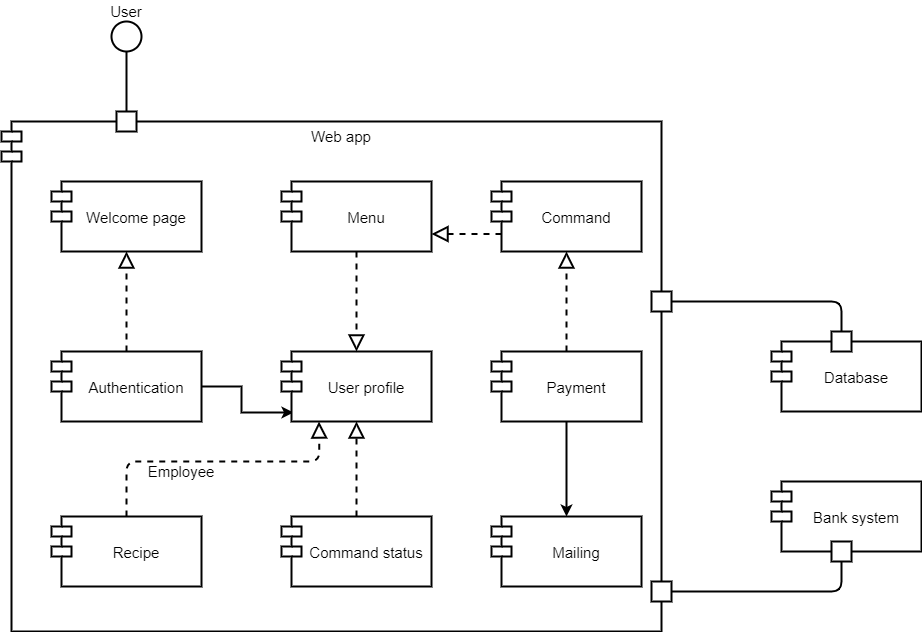
Earlier version of the draw.io export component diagram.png (Tony380/Projet6). Source tidied: cells renumbered, new cells last; positions are measured from the earlier drawing's top-left corner, leaving out a move shared by most shapes.
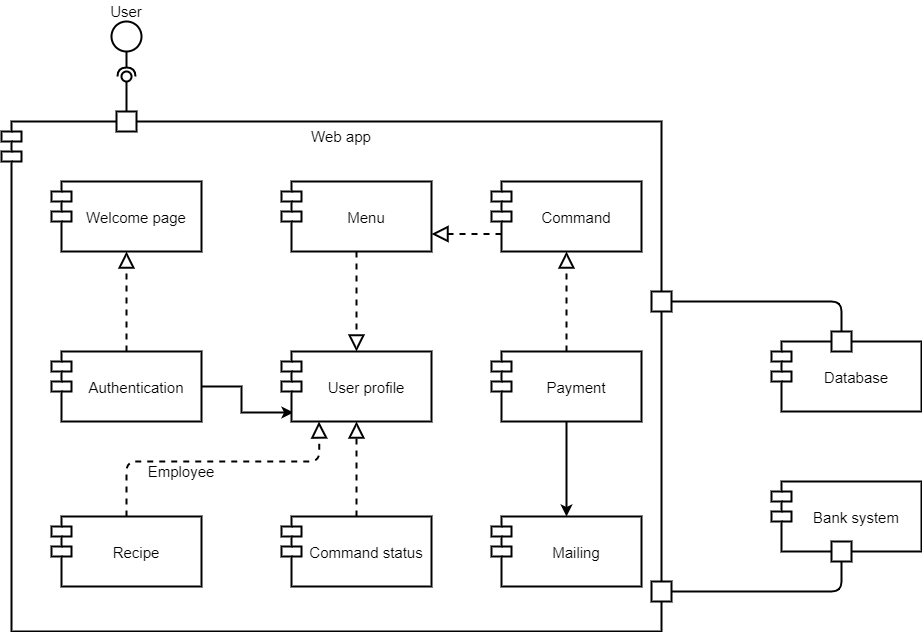
The same file after the commit.

Diff of the diagram source:
```diff
@@ -38,9 +38,6 @@
     <mxCell id="13" style="whiteSpace=wrap;html=1;strokeWidth=2;fontSize=15;verticalAlign=middle;" parent="1" vertex="1">
       <mxGeometry x="115" y="110" width="20" height="20" as="geometry" />
     </mxCell>
-    <mxCell id="14" style="endArrow=none;html=1;entryX=0.5;entryY=1;entryDx=0;entryDy=0;exitX=0.5;exitY=0;exitDx=0;exitDy=0;strokeWidth=2;fontSize=15;verticalAlign=middle;" parent="1" edge="1" source="13" target="12">
-      <mxGeometry relative="1" as="geometry" />
-    </mxCell>
     <mxCell id="15" value="User" style="text;html=1;strokeColor=none;fillColor=none;align=center;verticalAlign=middle;whiteSpace=wrap;rounded=0;strokeWidth=2;fontSize=15;" parent="1" vertex="1">
       <mxGeometry x="105" width="40" height="20" as="geometry" />
     </mxCell>
@@ -108,5 +105,16 @@
     <mxCell id="32" value="Mailing" style="shape=module;align=left;spacingLeft=20;align=center;verticalAlign=middle;strokeWidth=2;fontSize=15;" parent="1" vertex="1">
       <mxGeometry x="490" y="515" width="150" height="70" as="geometry" />
     </mxCell>
+    <mxCell id="33" style="rounded=0;jettySize=auto;html=1;endArrow=none;endFill=0;exitX=0.5;exitY=0;exitDx=0;exitDy=0;fontSize=15;strokeWidth=2;" parent="1" edge="1" source="13">
+      <mxGeometry relative="1" as="geometry">
+        <mxPoint x="125" y="80" as="targetPoint" />
+      </mxGeometry>
+    </mxCell>
+    <mxCell id="34" style="rounded=0;jettySize=auto;html=1;endArrow=halfCircle;endFill=0;entryX=0.5;entryY=0.5;entryDx=0;entryDy=0;endSize=6;strokeWidth=2;exitX=0.5;exitY=1;exitDx=0;exitDy=0;fontSize=15;" parent="1" edge="1" source="12" target="35">
+      <mxGeometry relative="1" as="geometry" />
+    </mxCell>
+    <mxCell id="35" style="ellipse;whiteSpace=wrap;html=1;fontFamily=Helvetica;fontSize=15;fontColor=#000000;align=center;strokeColor=#000000;fillColor=#ffffff;points=[];strokeWidth=2;" parent="1" vertex="1">
+      <mxGeometry x="120" y="70" width="10" height="10" as="geometry" />
+    </mxCell>
   </root>
 </mxGraphModel>
```
